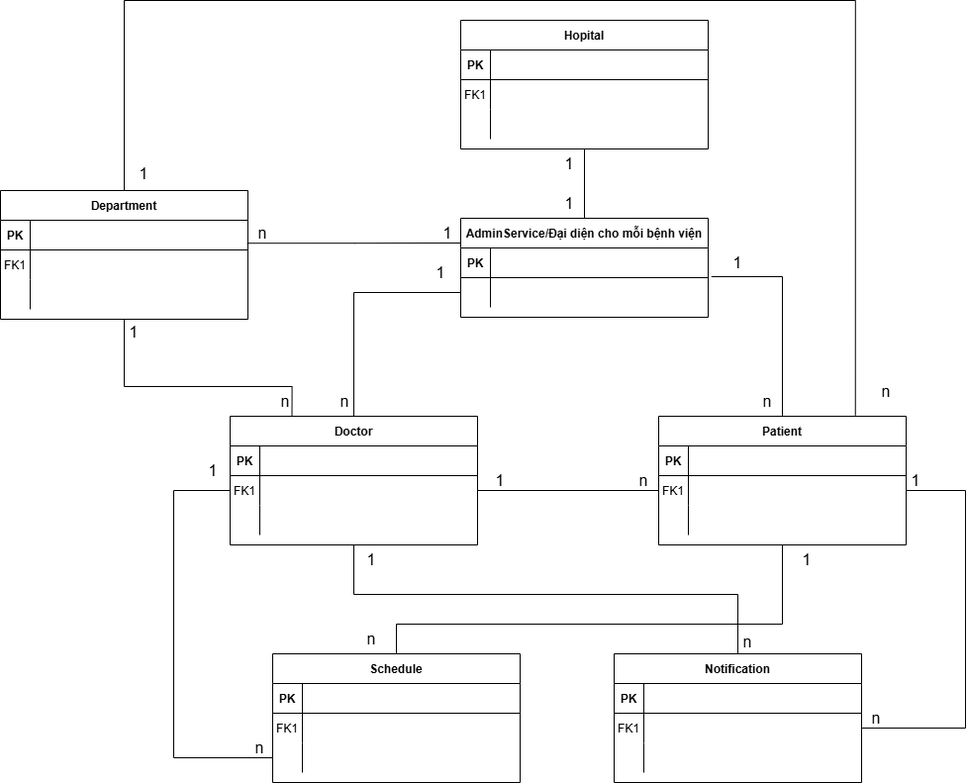
Earlier version of the draw.io export details/2_product_analysis_and_design/7_ERD_diagram/0_ERD_tong/ERD_BV.drawio.png (Minh-Quan-dz123/He_thong_quan_ly_benh_vien). Source tidied: cells renumbered, new cells last; positions are measured from the earlier drawing's top-left corner, leaving out a move shared by most shapes.
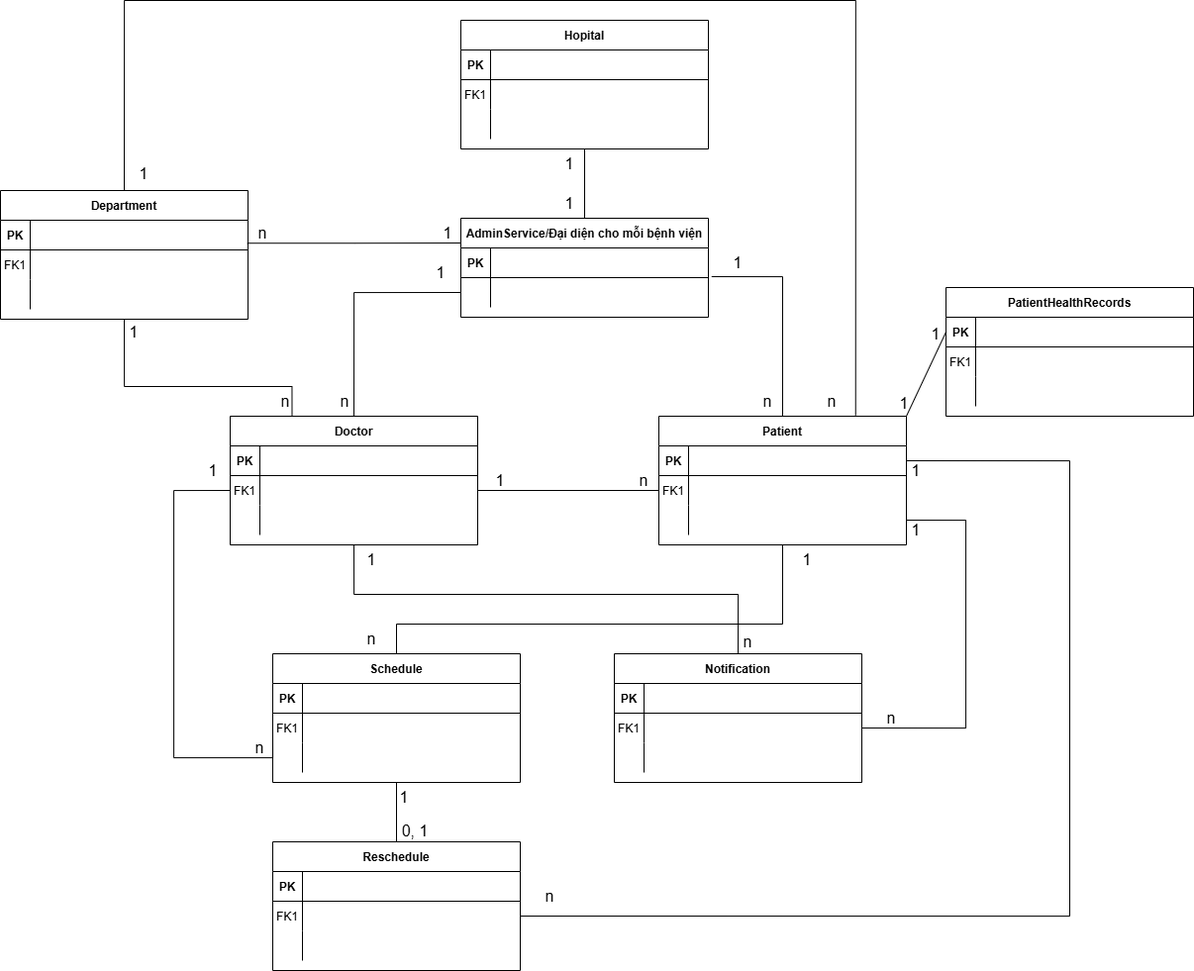
The same file after the commit.

The edit, as a diff of the source:
```diff
@@ -259,19 +259,19 @@
     <mxCell id="79" value="1" style="text;html=1;whiteSpace=wrap;strokeColor=none;fillColor=none;align=center;verticalAlign=middle;rounded=0;fontSize=16;" parent="1" vertex="1">
       <mxGeometry x="345" y="550" width="60" height="30" as="geometry" />
     </mxCell>
-    <mxCell id="80" style="endArrow=none;html=1;rounded=0;fontSize=12;startSize=8;endSize=8;exitX=1;exitY=0.5;exitDx=0;exitDy=0;entryX=1;entryY=0.5;entryDx=0;entryDy=0;edgeStyle=orthogonalEdgeStyle;" parent="1" edge="1" source="71" target="39">
+    <mxCell id="80" style="endArrow=none;html=1;rounded=0;fontSize=12;startSize=8;endSize=8;exitX=1;exitY=0.5;exitDx=0;exitDy=0;entryX=1;entryY=0.5;entryDx=0;entryDy=0;edgeStyle=orthogonalEdgeStyle;" parent="1" edge="1" source="71" target="42">
       <mxGeometry relative="1" as="geometry">
         <Array as="points">
           <mxPoint x="975" y="735" />
-          <mxPoint x="975" y="495" />
+          <mxPoint x="975" y="525" />
         </Array>
       </mxGeometry>
     </mxCell>
     <mxCell id="81" value="n" style="text;html=1;whiteSpace=wrap;strokeColor=none;fillColor=none;align=center;verticalAlign=middle;rounded=0;fontSize=16;" parent="1" vertex="1">
-      <mxGeometry x="855" y="710" width="60" height="30" as="geometry" />
+      <mxGeometry x="870" y="710" width="60" height="30" as="geometry" />
     </mxCell>
     <mxCell id="82" value="1" style="text;html=1;whiteSpace=wrap;strokeColor=none;fillColor=none;align=center;verticalAlign=middle;rounded=0;fontSize=16;" parent="1" vertex="1">
-      <mxGeometry x="895" y="470" width="60" height="30" as="geometry" />
+      <mxGeometry x="895" y="520" width="60" height="30" as="geometry" />
     </mxCell>
     <mxCell id="83" value="1" style="text;html=1;whiteSpace=wrap;strokeColor=none;fillColor=none;align=center;verticalAlign=middle;rounded=0;fontSize=16;" parent="1" vertex="1">
       <mxGeometry x="545" y="150" width="60" height="30" as="geometry" />
@@ -338,7 +338,99 @@
       <mxGeometry x="115" y="160" width="60" height="30" as="geometry" />
     </mxCell>
     <mxCell id="101" value="n" style="text;html=1;whiteSpace=wrap;strokeColor=none;fillColor=none;align=center;verticalAlign=middle;rounded=0;fontSize=16;" parent="1" vertex="1">
-      <mxGeometry x="865" y="380" width="60" height="30" as="geometry" />
+      <mxGeometry x="810" y="390" width="60" height="30" as="geometry" />
     </mxCell>
+    <mxCell id="102" value="Reschedule" style="shape=table;startSize=30;rowLines=0;fontStyle=1;align=center;" parent="1" vertex="1">
+      <mxGeometry x="275" y="850" width="250" height="130" as="geometry" />
+    </mxCell>
+    <mxCell id="103" style="shape=partialRectangle;fillColor=none;top=0;left=0;right=0;bottom=1;" parent="102" vertex="1">
+      <mxGeometry y="30" width="250" height="30" as="geometry" />
+    </mxCell>
+    <mxCell id="104" value="PK" style="shape=partialRectangle;overflow=hidden;fillColor=none;top=0;left=0;bottom=0;right=0;fontStyle=1;" parent="103" vertex="1">
+      <mxGeometry width="30" height="30" as="geometry" />
+    </mxCell>
+    <mxCell id="105" style="shape=partialRectangle;overflow=hidden;fillColor=none;top=0;left=0;bottom=0;right=0;align=left;spacingLeft=6;fontStyle=5;" parent="103" vertex="1">
+      <mxGeometry x="30" width="220" height="30" as="geometry" />
+    </mxCell>
+    <mxCell id="106" style="shape=partialRectangle;fillColor=none;points=[[0,0.5],[1,0.5]];portConstraint=eastwest;top=0;left=0;right=0;bottom=0;" parent="102" vertex="1">
+      <mxGeometry y="60" width="250" height="30" as="geometry" />
+    </mxCell>
+    <mxCell id="107" value="FK1" style="shape=partialRectangle;overflow=hidden;fillColor=none;top=0;left=0;bottom=0;right=0;" parent="106" vertex="1">
+      <mxGeometry width="30" height="30" as="geometry" />
+    </mxCell>
+    <mxCell id="108" style="shape=partialRectangle;overflow=hidden;fillColor=none;top=0;left=0;bottom=0;right=0;align=left;spacingLeft=6;" parent="106" vertex="1">
+      <mxGeometry x="30" width="220" height="30" as="geometry" />
+    </mxCell>
+    <mxCell id="109" style="shape=partialRectangle;fillColor=none;top=0;left=0;right=0;bottom=0;" parent="102" vertex="1">
+      <mxGeometry y="90" width="250" height="30" as="geometry" />
+    </mxCell>
+    <mxCell id="110" style="shape=partialRectangle;overflow=hidden;fillColor=none;top=0;left=0;bottom=0;right=0;" parent="109" vertex="1">
+      <mxGeometry width="30" height="30" as="geometry" />
+    </mxCell>
+    <mxCell id="111" style="shape=partialRectangle;overflow=hidden;fillColor=none;top=0;left=0;bottom=0;right=0;align=left;spacingLeft=6;" parent="109" vertex="1">
+      <mxGeometry x="30" width="220" height="30" as="geometry" />
+    </mxCell>
+    <mxCell id="112" style="endArrow=none;html=1;rounded=0;fontSize=12;startSize=8;endSize=8;curved=1;entryX=0.5;entryY=1;entryDx=0;entryDy=0;exitX=0.5;exitY=0;exitDx=0;exitDy=0;" parent="1" edge="1" source="102" target="51">
+      <mxGeometry relative="1" as="geometry" />
+    </mxCell>
+    <mxCell id="113" value="1" style="text;html=1;whiteSpace=wrap;strokeColor=none;fillColor=none;align=center;verticalAlign=middle;rounded=0;fontSize=16;" parent="1" vertex="1">
+      <mxGeometry x="378" y="790" width="60" height="30" as="geometry" />
+    </mxCell>
+    <mxCell id="114" value="0, 1" style="text;html=1;whiteSpace=wrap;strokeColor=none;fillColor=none;align=center;verticalAlign=middle;rounded=0;fontSize=16;" parent="1" vertex="1">
+      <mxGeometry x="389" y="824" width="60" height="30" as="geometry" />
+    </mxCell>
+    <mxCell id="115" style="endArrow=none;html=1;rounded=0;fontSize=12;startSize=8;endSize=8;exitX=1;exitY=0.5;exitDx=0;exitDy=0;entryX=1;entryY=0.5;entryDx=0;entryDy=0;edgeStyle=orthogonalEdgeStyle;" parent="1" edge="1" source="106" target="36">
+      <mxGeometry relative="1" as="geometry">
+        <Array as="points">
+          <mxPoint x="1080" y="925" />
+          <mxPoint x="1080" y="465" />
+        </Array>
+      </mxGeometry>
+    </mxCell>
+    <mxCell id="116" value="1" style="text;html=1;whiteSpace=wrap;strokeColor=none;fillColor=none;align=center;verticalAlign=middle;rounded=0;fontSize=16;" parent="1" vertex="1">
+      <mxGeometry x="895" y="460" width="60" height="30" as="geometry" />
+    </mxCell>
+    <mxCell id="117" value="n" style="text;html=1;whiteSpace=wrap;strokeColor=none;fillColor=none;align=center;verticalAlign=middle;rounded=0;fontSize=16;" parent="1" vertex="1">
+      <mxGeometry x="525" y="890" width="60" height="30" as="geometry" />
+    </mxCell>
+    <mxCell id="118" value="PatientHealthRecords" style="shape=table;startSize=30;rowLines=0;fontStyle=1;align=center;" parent="1" vertex="1">
+      <mxGeometry x="955" y="290" width="250" height="130" as="geometry" />
+    </mxCell>
+    <mxCell id="119" style="shape=partialRectangle;fillColor=none;points=[[0,0.5],[1,0.5]];portConstraint=eastwest;top=0;left=0;right=0;bottom=1;" parent="118" vertex="1">
+      <mxGeometry y="30" width="250" height="30" as="geometry" />
+    </mxCell>
+    <mxCell id="120" value="PK" style="shape=partialRectangle;overflow=hidden;fillColor=none;top=0;left=0;bottom=0;right=0;fontStyle=1;" parent="119" vertex="1">
+      <mxGeometry width="30" height="30" as="geometry" />
+    </mxCell>
+    <mxCell id="121" style="shape=partialRectangle;overflow=hidden;fillColor=none;top=0;left=0;bottom=0;right=0;align=left;spacingLeft=6;fontStyle=5;" parent="119" vertex="1">
+      <mxGeometry x="30" width="220" height="30" as="geometry" />
+    </mxCell>
+    <mxCell id="122" style="shape=partialRectangle;fillColor=none;top=0;left=0;right=0;bottom=0;" parent="118" vertex="1">
+      <mxGeometry y="60" width="250" height="30" as="geometry" />
+    </mxCell>
+    <mxCell id="123" value="FK1" style="shape=partialRectangle;overflow=hidden;fillColor=none;top=0;left=0;bottom=0;right=0;" parent="122" vertex="1">
+      <mxGeometry width="30" height="30" as="geometry" />
+    </mxCell>
+    <mxCell id="124" style="shape=partialRectangle;overflow=hidden;fillColor=none;top=0;left=0;bottom=0;right=0;align=left;spacingLeft=6;" parent="122" vertex="1">
+      <mxGeometry x="30" width="220" height="30" as="geometry" />
+    </mxCell>
+    <mxCell id="125" style="shape=partialRectangle;fillColor=none;top=0;left=0;right=0;bottom=0;" parent="118" vertex="1">
+      <mxGeometry y="90" width="250" height="30" as="geometry" />
+    </mxCell>
+    <mxCell id="126" style="shape=partialRectangle;overflow=hidden;fillColor=none;top=0;left=0;bottom=0;right=0;" parent="125" vertex="1">
+      <mxGeometry width="30" height="30" as="geometry" />
+    </mxCell>
+    <mxCell id="127" style="shape=partialRectangle;overflow=hidden;fillColor=none;top=0;left=0;bottom=0;right=0;align=left;spacingLeft=6;" parent="125" vertex="1">
+      <mxGeometry x="30" width="220" height="30" as="geometry" />
+    </mxCell>
+    <mxCell id="128" style="endArrow=none;html=1;rounded=0;fontSize=12;startSize=8;endSize=8;curved=1;exitX=1;exitY=0;exitDx=0;exitDy=0;entryX=0;entryY=0.5;entryDx=0;entryDy=0;" parent="1" edge="1" source="35" target="119">
+      <mxGeometry relative="1" as="geometry" />
+    </mxCell>
+    <mxCell id="129" value="1" style="text;html=1;whiteSpace=wrap;strokeColor=none;fillColor=none;align=center;verticalAlign=middle;rounded=0;fontSize=16;" parent="1" vertex="1">
+      <mxGeometry x="883" y="392" width="60" height="30" as="geometry" />
+    </mxCell>
+    <mxCell id="130" value="1" style="text;html=1;whiteSpace=wrap;strokeColor=none;fillColor=none;align=center;verticalAlign=middle;rounded=0;fontSize=16;" parent="1" vertex="1">
+      <mxGeometry x="915" y="322" width="60" height="30" as="geometry" />
+    </mxCell>
   </root>
 </mxGraphModel>
```
